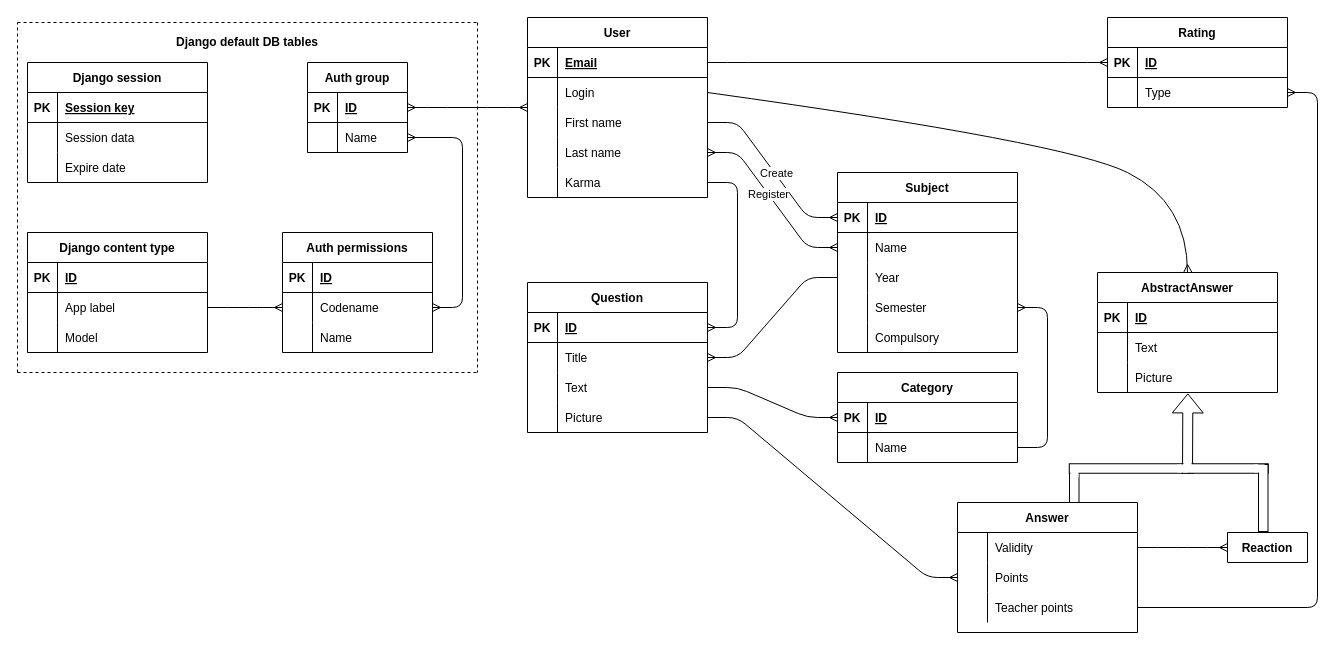
Before: page "Page-2" (2 of 2) of docs/ER.drawio in FilipSolich/IIS, a draw.io diagram. Source tidied: cells renumbered, new cells numbered last; positions are measured from the earlier drawing's top-left corner, leaving out a move shared by most shapes. Both pictures are drawn from the tidied source at 100%, with x=0, y=0 at pixel (17, 17).
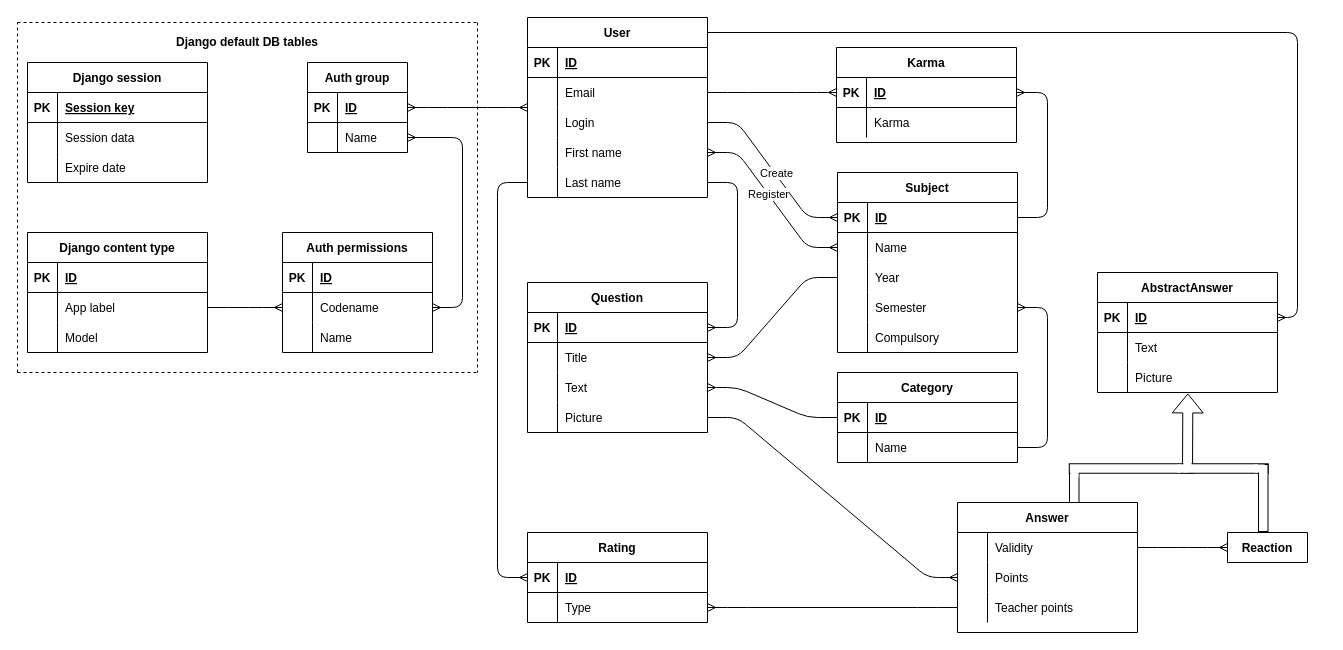
Above is the later version.

Unchanged cells that the change refers to:
```xml
<mxCell id="4" style="shape=partialRectangle;fillColor=none;top=0;left=0;bottom=1;right=0;points=[[0,0.5],[1,0.5]];portConstraint=eastwest;" parent="3" vertex="1">
  <mxGeometry y="30" width="180" height="30" as="geometry" />
</mxCell>
<mxCell id="10" style="shape=partialRectangle;fillColor=none;top=0;left=0;bottom=0;right=0;points=[[0,0.5],[1,0.5]];portConstraint=eastwest;" parent="3" vertex="1">
  <mxGeometry y="90" width="180" height="30" as="geometry" />
</mxCell>
<mxCell id="16" value="AbstractAnswer" style="shape=table;startSize=30;childLayout=tableLayout;rowLines=0;fontStyle=1;align=center;hachureGap=4;" parent="1" vertex="1">
  <mxGeometry x="1080" y="255" width="180" height="120" as="geometry" />
</mxCell>
<mxCell id="17" style="shape=partialRectangle;fillColor=none;top=0;left=0;bottom=1;right=0;points=[[0,0.5],[1,0.5]];portConstraint=eastwest;" parent="16" vertex="1">
  <mxGeometry y="30" width="180" height="30" as="geometry" />
</mxCell>
<mxCell id="26" value="User" style="shape=table;startSize=30;childLayout=tableLayout;rowLines=0;fontStyle=1;align=center;hachureGap=4;" parent="1" vertex="1">
  <mxGeometry x="510" width="180" height="180" as="geometry" />
</mxCell>
<mxCell id="27" style="shape=partialRectangle;fillColor=none;top=0;left=0;bottom=1;right=0;points=[[0,0.5],[1,0.5]];portConstraint=eastwest;" parent="26" vertex="1">
  <mxGeometry y="30" width="180" height="30" as="geometry" />
</mxCell>
<mxCell id="43" style="shape=partialRectangle;fillColor=none;top=0;left=0;bottom=1;right=0;points=[[0,0.5],[1,0.5]];portConstraint=eastwest;" parent="42" vertex="1">
  <mxGeometry y="30" width="180" height="30" as="geometry" />
</mxCell>
<mxCell id="50" style="shape=partialRectangle;fillColor=none;top=0;left=0;bottom=1;right=0;points=[[0,0.5],[1,0.5]];portConstraint=eastwest;" parent="49" vertex="1">
  <mxGeometry y="30" width="180" height="30" as="geometry" />
</mxCell>
<mxCell id="53" style="shape=partialRectangle;fillColor=none;top=0;left=0;bottom=0;right=0;points=[[0,0.5],[1,0.5]];portConstraint=eastwest;" parent="49" vertex="1">
  <mxGeometry y="60" width="180" height="30" as="geometry" />
</mxCell>
<mxCell id="66" style="shape=partialRectangle;fillColor=none;top=0;left=0;bottom=1;right=0;points=[[0,0.5],[1,0.5]];portConstraint=eastwest;" parent="65" vertex="1">
  <mxGeometry y="30" width="180" height="30" as="geometry" />
</mxCell>
```

The edit, as a diff of the source:
```diff
@@
-    <mxCell id="29" value="Email" style="shape=partialRectangle;fillColor=none;top=0;left=0;bottom=0;right=0;align=left;spacingLeft=6;fontStyle=5;overflow=hidden;" parent="27" vertex="1">
+    <mxCell id="29" value="ID" style="shape=partialRectangle;fillColor=none;top=0;left=0;bottom=0;right=0;align=left;spacingLeft=6;fontStyle=5;overflow=hidden;" parent="27" vertex="1">
       <mxGeometry x="30" width="150" height="30" as="geometry" />
     </mxCell>
+    <mxCell id="154" style="shape=partialRectangle;fillColor=none;top=0;left=0;bottom=0;right=0;points=[[0,0.5],[1,0.5]];portConstraint=eastwest;" parent="26" vertex="1">
+      <mxGeometry y="60" width="180" height="30" as="geometry" />
+    </mxCell>
+    <mxCell id="155" style="shape=partialRectangle;fillColor=none;top=0;left=0;bottom=0;right=0;overflow=hidden;" parent="154" vertex="1">
+      <mxGeometry width="30" height="30" as="geometry" />
+    </mxCell>
+    <mxCell id="156" value="Email" style="shape=partialRectangle;fillColor=none;top=0;left=0;bottom=0;right=0;align=left;spacingLeft=6;overflow=hidden;" parent="154" vertex="1">
+      <mxGeometry x="30" width="150" height="30" as="geometry" />
+    </mxCell>
     <mxCell id="30" style="shape=partialRectangle;fillColor=none;top=0;left=0;bottom=0;right=0;points=[[0,0.5],[1,0.5]];portConstraint=eastwest;" parent="26" vertex="1">
-      <mxGeometry y="60" width="180" height="30" as="geometry" />
+      <mxGeometry y="90" width="180" height="30" as="geometry" />
     </mxCell>
@@
     <mxCell id="33" style="shape=partialRectangle;fillColor=none;top=0;left=0;bottom=0;right=0;points=[[0,0.5],[1,0.5]];portConstraint=eastwest;" parent="26" vertex="1">
-      <mxGeometry y="90" width="180" height="30" as="geometry" />
+      <mxGeometry y="120" width="180" height="30" as="geometry" />
     </mxCell>
@@
     <mxCell id="36" style="shape=partialRectangle;fillColor=none;top=0;left=0;bottom=0;right=0;points=[[0,0.5],[1,0.5]];portConstraint=eastwest;" parent="26" vertex="1">
-      <mxGeometry y="120" width="180" height="30" as="geometry" />
+      <mxGeometry y="150" width="180" height="30" as="geometry" />
     </mxCell>
@@
-    <mxCell id="39" style="shape=partialRectangle;fillColor=none;top=0;left=0;bottom=0;right=0;points=[[0,0.5],[1,0.5]];portConstraint=eastwest;" parent="26" vertex="1">
-      <mxGeometry y="150" width="180" height="30" as="geometry" />
-    </mxCell>
-    <mxCell id="40" style="shape=partialRectangle;fillColor=none;top=0;left=0;bottom=0;right=0;overflow=hidden;" parent="39" vertex="1">
-      <mxGeometry width="30" height="30" as="geometry" />
-    </mxCell>
-    <mxCell id="41" value="Karma" style="shape=partialRectangle;fillColor=none;top=0;left=0;bottom=0;right=0;align=left;spacingLeft=6;overflow=hidden;" parent="39" vertex="1">
-      <mxGeometry x="30" width="150" height="30" as="geometry" />
-    </mxCell>
     <mxCell id="42" value="Rating" style="shape=table;startSize=30;childLayout=tableLayout;rowLines=0;fontStyle=1;align=center;hachureGap=4;" parent="1" vertex="1">
-      <mxGeometry x="1090" width="180" height="90" as="geometry" />
+      <mxGeometry x="510" y="515" width="180" height="90" as="geometry" />
     </mxCell>
@@
-    <mxCell id="72" style="edgeStyle=entityRelationEdgeStyle;fontSize=12;html=1;endArrow=ERmany;exitX=1;exitY=0.5;exitDx=0;exitDy=0;" parent="1" edge="1" source="39" target="4">
+    <mxCell id="72" style="edgeStyle=entityRelationEdgeStyle;fontSize=12;html=1;endArrow=ERmany;" parent="1" edge="1" source="36" target="4">
       <mxGeometry relative="1" as="geometry" />
     </mxCell>
@@
-    <mxCell id="76" style="edgeStyle=entityRelationEdgeStyle;fontSize=12;html=1;endArrow=ERmany;" parent="1" edge="1" source="27" target="43">
-      <mxGeometry relative="1" as="geometry" />
-    </mxCell>
@@
-    <mxCell id="125" style="edgeStyle=entityRelationEdgeStyle;fontSize=12;html=1;endArrow=ERmany;" parent="1" edge="1" source="33" target="50">
+    <mxCell id="125" style="edgeStyle=entityRelationEdgeStyle;fontSize=12;html=1;endArrow=ERmany;" parent="1" edge="1" source="30" target="50">
       <mxGeometry relative="1" as="geometry" />
     </mxCell>
@@
-    <mxCell id="127" style="edgeStyle=entityRelationEdgeStyle;fontSize=12;html=1;endArrow=ERmany;startArrow=ERmany;" parent="1" edge="1" source="36" target="53">
+    <mxCell id="127" style="edgeStyle=entityRelationEdgeStyle;fontSize=12;html=1;endArrow=ERmany;startArrow=ERmany;" parent="1" edge="1" source="33" target="53">
       <mxGeometry relative="1" as="geometry" />
     </mxCell>
@@
-    <mxCell id="150" style="curved=1;endArrow=none;html=1;fillColor=none;exitX=1;exitY=0.5;exitDx=0;exitDy=0;entryX=0.5;entryY=0;entryDx=0;entryDy=0;endFill=0;" parent="1" edge="1" source="30" target="16">
-      <mxGeometry relative="1" as="geometry">
-        <Array as="points">
-          <mxPoint x="1050" y="125" />
-          <mxPoint x="1170" y="185" />
-        </Array>
-      </mxGeometry>
-    </mxCell>
-    <mxCell id="151" style="endArrow=none;html=1;fillColor=none;entryX=0.479;entryY=-0.001;entryDx=0;entryDy=0;entryPerimeter=0;" parent="1" edge="1" target="16">
-      <mxGeometry relative="1" as="geometry">
-        <mxPoint x="1170" y="247" as="sourcePoint" />
-      </mxGeometry>
-    </mxCell>
-    <mxCell id="152" style="endArrow=none;html=1;fillColor=none;entryX=0.526;entryY=0.002;entryDx=0;entryDy=0;entryPerimeter=0;" parent="1" edge="1" target="16">
-      <mxGeometry relative="1" as="geometry">
-        <mxPoint x="1170" y="247" as="sourcePoint" />
-      </mxGeometry>
-    </mxCell>
-    <mxCell id="153" style="edgeStyle=entityRelationEdgeStyle;fontSize=12;html=1;endArrow=ERmany;" parent="1" edge="1" source="10" target="66">
+    <mxCell id="153" style="edgeStyle=entityRelationEdgeStyle;fontSize=12;html=1;endArrow=ERmany;" parent="1" edge="1" source="66" target="10">
       <mxGeometry relative="1" as="geometry" />
     </mxCell>
+    <mxCell id="157" value="Karma" style="shape=table;startSize=30;childLayout=tableLayout;rowLines=0;fontStyle=1;align=center;" parent="1" vertex="1">
+      <mxGeometry x="819" y="30" width="180" height="95" as="geometry" />
+    </mxCell>
+    <mxCell id="158" style="shape=partialRectangle;fillColor=none;top=0;left=0;bottom=1;right=0;points=[[0,0.5],[1,0.5]];portConstraint=eastwest;" parent="157" vertex="1">
+      <mxGeometry y="30" width="180" height="30" as="geometry" />
+    </mxCell>
+    <mxCell id="159" value="PK" style="shape=partialRectangle;fillColor=none;top=0;left=0;bottom=0;right=0;fontStyle=1;overflow=hidden;" parent="158" vertex="1">
+      <mxGeometry width="30" height="30" as="geometry" />
+    </mxCell>
+    <mxCell id="160" value="ID" style="shape=partialRectangle;fillColor=none;top=0;left=0;bottom=0;right=0;align=left;spacingLeft=6;fontStyle=5;overflow=hidden;" parent="158" vertex="1">
+      <mxGeometry x="30" width="150" height="30" as="geometry" />
+    </mxCell>
+    <mxCell id="161" style="shape=partialRectangle;fillColor=none;top=0;left=0;bottom=0;right=0;" parent="157" vertex="1">
+      <mxGeometry y="60" width="180" height="30" as="geometry" />
+    </mxCell>
+    <mxCell id="162" style="shape=partialRectangle;fillColor=none;top=0;left=0;bottom=0;right=0;overflow=hidden;" parent="161" vertex="1">
+      <mxGeometry width="30" height="30" as="geometry" />
+    </mxCell>
+    <mxCell id="41" value="Karma" style="shape=partialRectangle;fillColor=none;top=0;left=0;bottom=0;right=0;align=left;spacingLeft=6;overflow=hidden;" parent="161" vertex="1">
+      <mxGeometry x="30" width="150" height="30" as="geometry" />
+    </mxCell>
+    <mxCell id="163" style="edgeStyle=entityRelationEdgeStyle;fontSize=12;html=1;endArrow=ERmany;" parent="1" edge="1" source="50" target="158">
+      <mxGeometry relative="1" as="geometry" />
+    </mxCell>
+    <mxCell id="164" style="edgeStyle=entityRelationEdgeStyle;fontSize=12;html=1;endArrow=ERmany;entryX=0;entryY=0.5;entryDx=0;entryDy=0;" parent="1" edge="1" source="154" target="158">
+      <mxGeometry relative="1" as="geometry" />
+    </mxCell>
+    <mxCell id="76" style="edgeStyle=orthogonalEdgeStyle;fontSize=12;html=1;endArrow=ERmany;entryX=0;entryY=0.5;entryDx=0;entryDy=0;exitX=0;exitY=0.5;exitDx=0;exitDy=0;" parent="1" edge="1" source="36" target="43">
+      <mxGeometry relative="1" as="geometry">
+        <Array as="points">
+          <mxPoint x="480" y="165" />
+          <mxPoint x="480" y="560" />
+        </Array>
+      </mxGeometry>
+    </mxCell>
+    <mxCell id="165" style="edgeStyle=orthogonalEdgeStyle;fontSize=12;html=1;endArrow=ERmany;entryX=1;entryY=0.5;entryDx=0;entryDy=0;" parent="1" edge="1" source="26" target="17">
+      <mxGeometry relative="1" as="geometry">
+        <Array as="points">
+          <mxPoint x="1280" y="15" />
+          <mxPoint x="1280" y="300" />
+        </Array>
+      </mxGeometry>
+    </mxCell>
```
